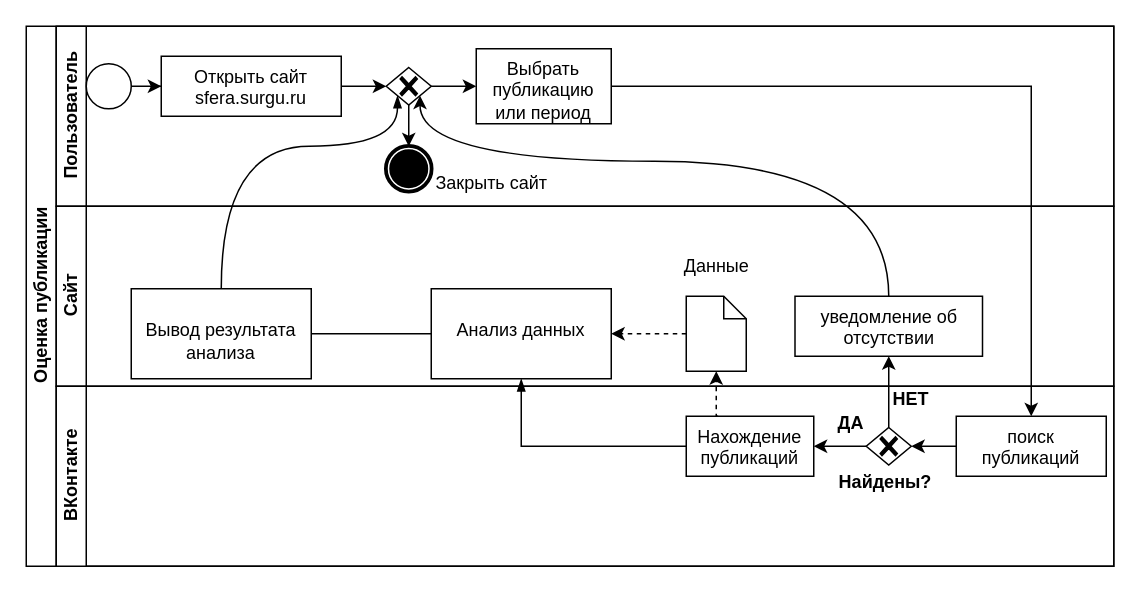
Before: bpmn.drawio in l-voff/metods_rep, a draw.io diagram. Source tidied: cells renumbered, new cells numbered last; positions are measured from the earlier drawing's top-left corner, leaving out a move shared by most shapes. Both pictures are drawn from the tidied source at 150%, with x=0, y=0 at pixel (26, 26).
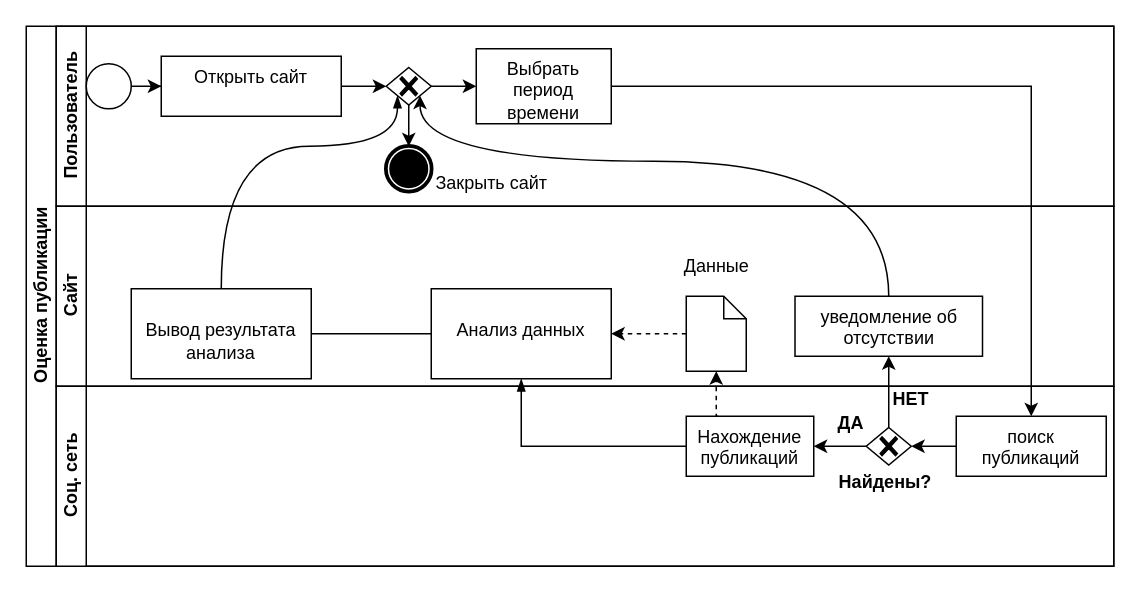
Above is the later version.

Unchanged cells that the change refers to:
```xml
<mxCell id="2" value="Оценка публикации" style="swimlane;horizontal=0;startSize=20;html=1;" parent="1" vertex="1">
  <mxGeometry width="725" height="360" as="geometry" />
</mxCell>
<mxCell id="3" value="Пользователь" style="swimlane;startSize=20;horizontal=0;html=1;" parent="2" vertex="1">
  <mxGeometry x="20" width="705" height="120" as="geometry" />
</mxCell>
```

What changed in the source:
```diff
@@
-    <mxCell id="7" value="Открыть сайт&lt;br&gt;sfera.surgu.ru" style="whiteSpace=wrap;html=1;verticalAlign=top;labelBackgroundColor=#ffffff;" parent="3" vertex="1">
+    <mxCell id="7" value="Открыть сайт" style="whiteSpace=wrap;html=1;verticalAlign=top;labelBackgroundColor=#ffffff;" parent="3" vertex="1">
       <mxGeometry x="70" y="20" width="120" height="40" as="geometry" />
     </mxCell>
-    <mxCell id="8" value="Выбрать публикацию или период" style="whiteSpace=wrap;html=1;verticalAlign=top;labelBackgroundColor=#ffffff;" parent="3" vertex="1">
+    <mxCell id="8" value="Выбрать период времени" style="whiteSpace=wrap;html=1;verticalAlign=top;labelBackgroundColor=#ffffff;" parent="3" vertex="1">
       <mxGeometry x="280" y="15" width="90" height="50" as="geometry" />
     </mxCell>
@@
-    <mxCell id="28" value="ВКонтакте" style="swimlane;startSize=20;horizontal=0;html=1;" parent="2" vertex="1">
+    <mxCell id="28" value="Соц. сеть" style="swimlane;startSize=20;horizontal=0;html=1;" parent="2" vertex="1">
       <mxGeometry x="20" y="240" width="705" height="120" as="geometry" />
     </mxCell>
```
